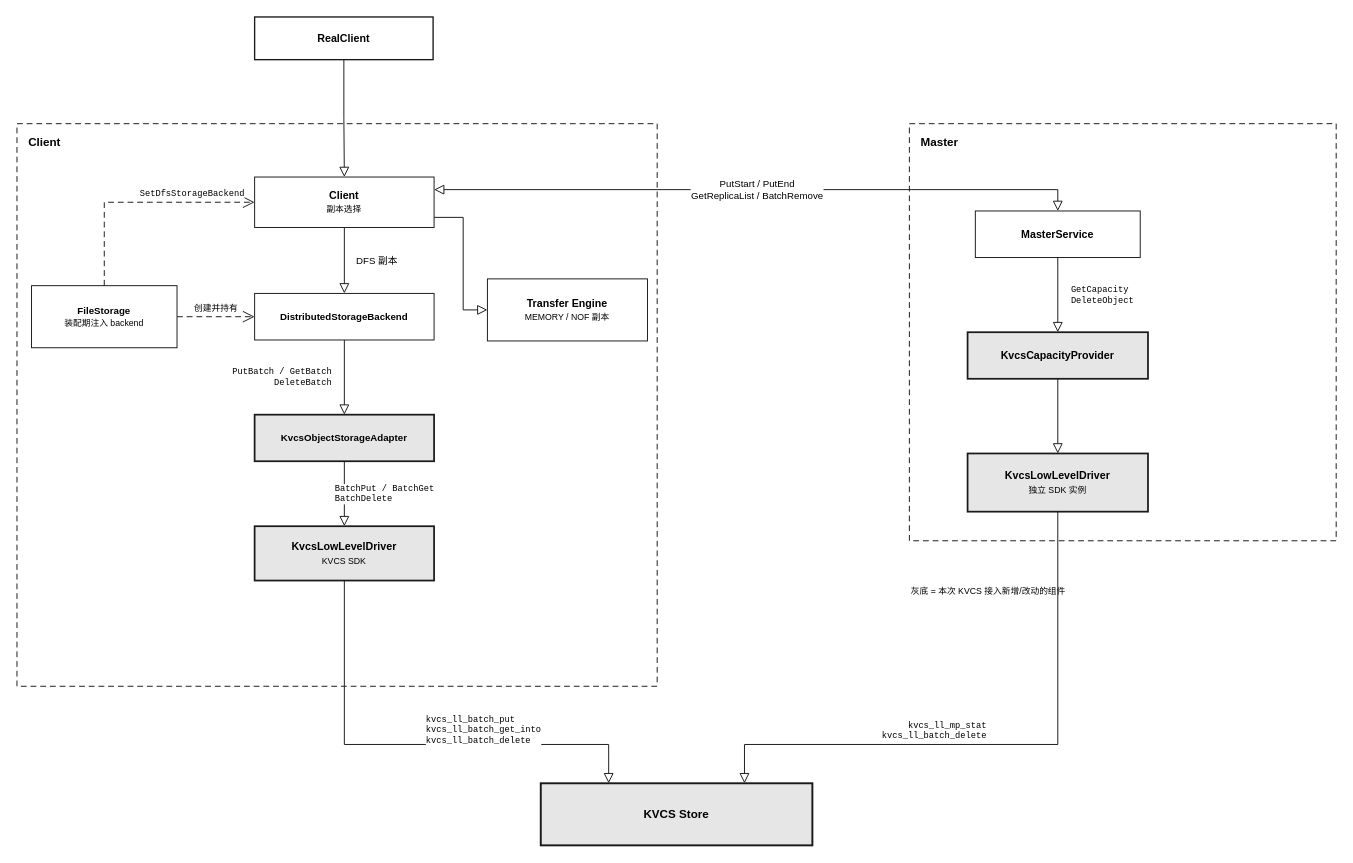
Before: kvcs-system-position.drawio in zwj20000328-dotcom/Mooncake-documents, a draw.io diagram. Source tidied: cells renumbered, new cells numbered last; positions are measured from the earlier drawing's top-left corner, leaving out a move shared by most shapes. Both pictures are drawn from the tidied source at 97%, with x=0, y=0 at pixel (16, 16).
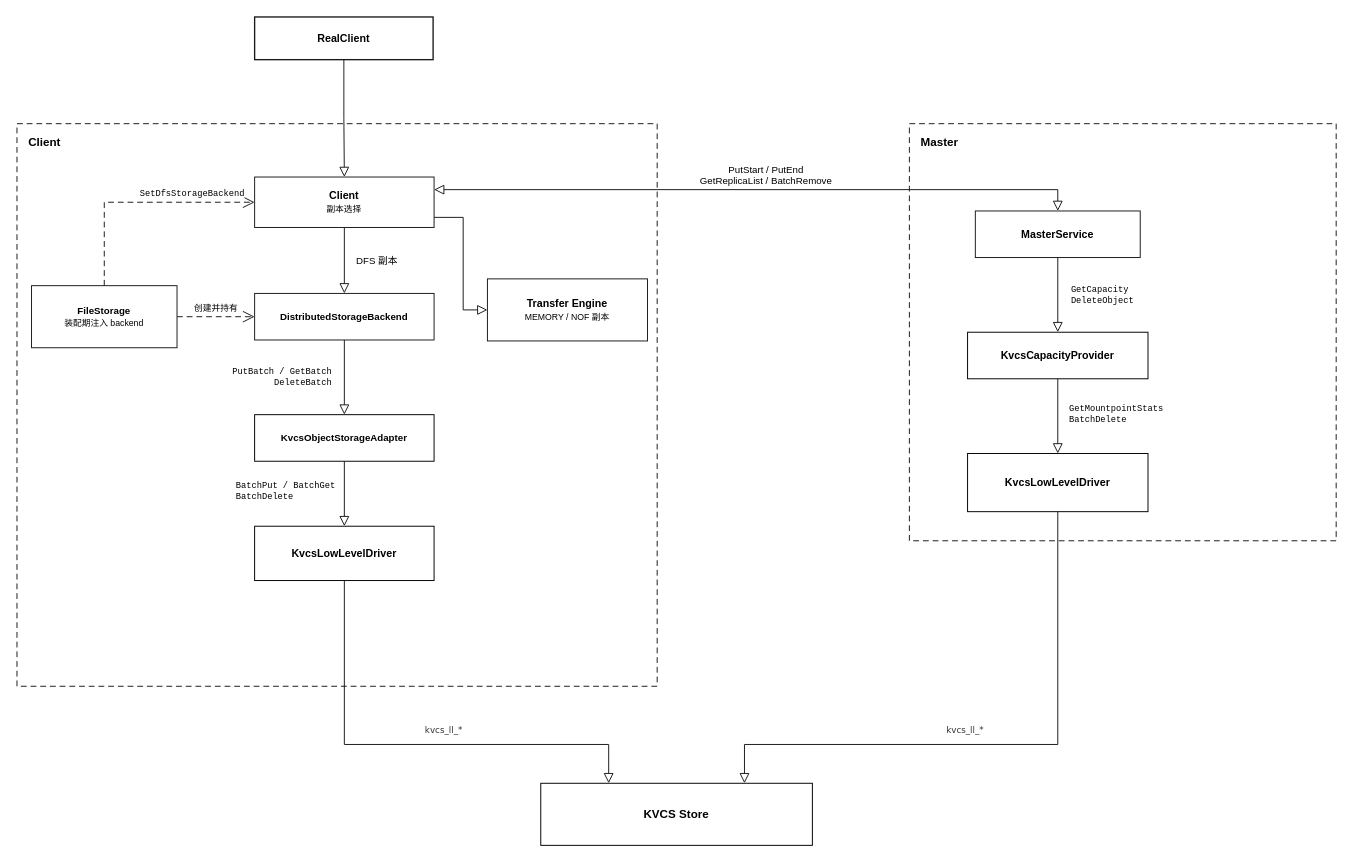
Above is the later version.

Unchanged cells that the change refers to:
```xml
<mxCell id="2" value="Client" style="rounded=0;whiteSpace=wrap;html=1;fillColor=none;strokeColor=#1A1A1A;strokeWidth=1;dashed=1;dashPattern=6 4;verticalAlign=top;align=left;spacingLeft=10;spacingTop=6;fontFamily=Helvetica;fontSize=12;fontStyle=1;fontColor=#000000;shadow=0;" parent="1" vertex="1">
  <mxGeometry y="110" width="660" height="580" as="geometry" />
</mxCell>
<mxCell id="3" value="&lt;b&gt;Client&lt;/b&gt;&lt;br&gt;&lt;font style=&quot;font-size:9px&quot;&gt;副本选择&lt;/font&gt;" style="rounded=0;whiteSpace=wrap;html=1;fillColor=#FFFFFF;strokeColor=#1A1A1A;strokeWidth=1;fontFamily=Helvetica;fontSize=11;fontColor=#000000;shadow=0;" parent="2" vertex="1">
  <mxGeometry x="245" y="55" width="185" height="52" as="geometry" />
</mxCell>
<mxCell id="9" value="Master" style="rounded=0;whiteSpace=wrap;html=1;fillColor=none;strokeColor=#1A1A1A;strokeWidth=1;dashed=1;dashPattern=6 4;verticalAlign=top;align=left;spacingLeft=10;spacingTop=6;fontFamily=Helvetica;fontSize=12;fontStyle=1;fontColor=#000000;shadow=0;" parent="1" vertex="1">
  <mxGeometry x="920" y="110" width="440" height="430" as="geometry" />
</mxCell>
<mxCell id="10" value="&lt;b&gt;MasterService&lt;/b&gt;" style="rounded=0;whiteSpace=wrap;html=1;fillColor=#FFFFFF;strokeColor=#1A1A1A;strokeWidth=1;fontFamily=Helvetica;fontSize=11;fontColor=#000000;shadow=0;" parent="9" vertex="1">
  <mxGeometry x="68" y="90" width="170" height="48" as="geometry" />
</mxCell>
```

The edit, as a diff of the source:
```diff
@@
-    <mxCell id="7" value="&lt;b&gt;KvcsObjectStorageAdapter&lt;/b&gt;" style="rounded=0;whiteSpace=wrap;html=1;fillColor=#E6E6E6;strokeColor=#1A1A1A;strokeWidth=1.8;fontFamily=Helvetica;fontSize=10;fontColor=#000000;shadow=0;" parent="2" vertex="1">
+    <mxCell id="7" value="&lt;b&gt;KvcsObjectStorageAdapter&lt;/b&gt;" style="rounded=0;whiteSpace=wrap;html=1;strokeWidth=1;fontFamily=Helvetica;fontSize=10;shadow=0;" parent="2" vertex="1">
       <mxGeometry x="245" y="300" width="185" height="48" as="geometry" />
     </mxCell>
-    <mxCell id="8" value="&lt;b&gt;KvcsLowLevelDriver&lt;/b&gt;&lt;br&gt;&lt;font style=&quot;font-size:9px&quot;&gt;KVCS SDK&lt;/font&gt;" style="rounded=0;whiteSpace=wrap;html=1;fillColor=#E6E6E6;strokeColor=#1A1A1A;strokeWidth=1.8;fontFamily=Helvetica;fontSize=11;fontColor=#000000;shadow=0;" parent="2" vertex="1">
+    <mxCell id="8" value="&lt;b&gt;KvcsLowLevelDriver&lt;/b&gt;" style="rounded=0;whiteSpace=wrap;html=1;strokeWidth=1;fontFamily=Helvetica;fontSize=11;shadow=0;" parent="2" vertex="1">
       <mxGeometry x="245" y="415" width="185" height="56" as="geometry" />
     </mxCell>
@@
-    <mxCell id="11" value="&lt;b&gt;KvcsCapacityProvider&lt;/b&gt;" style="rounded=0;whiteSpace=wrap;html=1;fillColor=#E6E6E6;strokeColor=#1A1A1A;strokeWidth=1.8;fontFamily=Helvetica;fontSize=11;fontColor=#000000;shadow=0;" parent="9" vertex="1">
+    <mxCell id="11" value="&lt;b&gt;KvcsCapacityProvider&lt;/b&gt;" style="rounded=0;whiteSpace=wrap;html=1;strokeWidth=1;fontFamily=Helvetica;fontSize=11;shadow=0;" parent="9" vertex="1">
       <mxGeometry x="60" y="215" width="186" height="48" as="geometry" />
     </mxCell>
-    <mxCell id="12" value="&lt;b&gt;KvcsLowLevelDriver&lt;/b&gt;&lt;br&gt;&lt;font style=&quot;font-size:9px&quot;&gt;独立 SDK 实例&lt;/font&gt;" style="rounded=0;whiteSpace=wrap;html=1;fillColor=#E6E6E6;strokeColor=#1A1A1A;strokeWidth=1.8;fontFamily=Helvetica;fontSize=11;fontColor=#000000;shadow=0;" parent="9" vertex="1">
+    <mxCell id="12" value="&lt;b&gt;KvcsLowLevelDriver&lt;/b&gt;" style="rounded=0;whiteSpace=wrap;html=1;strokeWidth=1;fontFamily=Helvetica;fontSize=11;shadow=0;" parent="9" vertex="1">
       <mxGeometry x="60" y="340" width="186" height="60" as="geometry" />
     </mxCell>
@@
-    <mxCell id="14" value="&lt;b&gt;KVCS Store&lt;/b&gt;" style="rounded=0;whiteSpace=wrap;html=1;fillColor=#E6E6E6;strokeColor=#1A1A1A;strokeWidth=2;fontFamily=Helvetica;fontSize=12;fontColor=#000000;shadow=0;" parent="1" vertex="1">
+    <mxCell id="14" value="&lt;b&gt;KVCS Store&lt;/b&gt;" style="rounded=0;whiteSpace=wrap;html=1;strokeWidth=1;fontFamily=Helvetica;fontSize=12;shadow=0;" parent="1" vertex="1">
       <mxGeometry x="540" y="790" width="280" height="64" as="geometry" />
     </mxCell>
-    <mxCell id="15" value="&lt;font style=&quot;font-size:9px&quot;&gt;灰底 = 本次 KVCS 接入新增/改动的组件&lt;/font&gt;" style="text;html=1;align=left;verticalAlign=middle;fontFamily=Helvetica;fontSize=9;fontColor=#000000;strokeColor=none;fillColor=none;" parent="1" vertex="1">
-      <mxGeometry x="920" y="580" width="300" height="24" as="geometry" />
-    </mxCell>
@@
     <mxCell id="22" value="BatchPut / BatchGet&lt;br&gt;BatchDelete" style="edgeStyle=orthogonalEdgeStyle;rounded=0;html=1;strokeColor=#1A1A1A;strokeWidth=1;endArrow=block;endFill=0;endSize=8;exitX=0.5;exitY=1;exitDx=0;exitDy=0;entryX=0.5;entryY=0;entryDx=0;entryDy=0;align=left;fontFamily=Courier New;fontSize=9;fontColor=#000000;labelBackgroundColor=#FFFFFF;" parent="1" edge="1" source="7" target="8">
-      <mxGeometry relative="1" as="geometry">
-        <mxPoint x="-12" as="offset" />
-      </mxGeometry>
+      <mxGeometry x="-0.07" y="-114" relative="1" as="geometry" />
     </mxCell>
     <mxCell id="23" value="PutStart / PutEnd&lt;br&gt;GetReplicaList / BatchRemove" style="edgeStyle=orthogonalEdgeStyle;rounded=0;html=1;strokeColor=#1A1A1A;strokeWidth=1;startArrow=block;startFill=0;startSize=8;endArrow=block;endFill=0;endSize=8;exitX=1;exitY=0.25;exitDx=0;exitDy=0;entryX=0.5;entryY=0;entryDx=0;entryDy=0;align=center;fontFamily=Helvetica;fontSize=10;fontColor=#000000;labelBackgroundColor=#FFFFFF;" parent="1" edge="1" source="3" target="10">
-      <mxGeometry relative="1" as="geometry">
+      <mxGeometry x="0.03" y="15" relative="1" as="geometry">
         <Array as="points">
           <mxPoint x="1073" y="178" />
         </Array>
       </mxGeometry>
     </mxCell>
@@
-    <mxCell id="25" style="edgeStyle=orthogonalEdgeStyle;rounded=0;html=1;strokeColor=#1A1A1A;strokeWidth=1;endArrow=block;endFill=0;endSize=8;exitX=0.5;exitY=1;exitDx=0;exitDy=0;entryX=0.5;entryY=0;entryDx=0;entryDy=0;fontFamily=Helvetica;fontSize=10;labelBackgroundColor=#FFFFFF;" parent="1" edge="1" source="11" target="12">
-      <mxGeometry relative="1" as="geometry" />
+    <mxCell id="25" value="GetMountpointStats&lt;br&gt;BatchDelete" style="edgeStyle=orthogonalEdgeStyle;rounded=0;html=1;strokeColor=#1A1A1A;strokeWidth=1;endArrow=block;endFill=0;endSize=8;exitX=0.5;exitY=1;exitDx=0;exitDy=0;entryX=0.5;entryY=0;entryDx=0;entryDy=0;align=left;fontFamily=Courier New;fontSize=9;fontColor=#000000;labelBackgroundColor=#FFFFFF;" parent="1" edge="1" source="11" target="12">
+      <mxGeometry x="-0.04" y="10" relative="1" as="geometry" />
     </mxCell>
-    <mxCell id="26" value="kvcs_ll_batch_put&lt;br&gt;kvcs_ll_batch_get_into&lt;br&gt;kvcs_ll_batch_delete" style="edgeStyle=orthogonalEdgeStyle;rounded=0;html=1;strokeColor=#1A1A1A;strokeWidth=1;endArrow=block;endFill=0;endSize=8;exitX=0.5;exitY=1;exitDx=0;exitDy=0;entryX=0.25;entryY=0;entryDx=0;entryDy=0;align=left;fontFamily=Courier New;fontSize=9;fontColor=#000000;labelBackgroundColor=#FFFFFF;" parent="1" edge="1" source="8" target="14">
-      <mxGeometry relative="1" as="geometry">
+    <mxCell id="26" value="&lt;span style=&quot;color: rgb(51, 51, 51); font-family: &amp;quot;trebuchet ms&amp;quot;, verdana, arial, sans-serif; text-align: center; background-color: rgb(255, 255, 255);&quot;&gt;&lt;font&gt;kvcs_ll_*&amp;nbsp;&lt;/font&gt;&lt;/span&gt;" style="edgeStyle=orthogonalEdgeStyle;rounded=0;html=1;strokeColor=#1A1A1A;strokeWidth=1;endArrow=block;endFill=0;endSize=8;exitX=0.5;exitY=1;exitDx=0;exitDy=0;entryX=0.25;entryY=0;entryDx=0;entryDy=0;align=left;fontFamily=Helvetica;fontSize=9;fontColor=#000000;labelBackgroundColor=#FFFFFF;" parent="1" edge="1" source="8" target="14">
+      <mxGeometry x="0.04" y="14" relative="1" as="geometry">
         <Array as="points">
           <mxPoint x="337" y="750" />
           <mxPoint x="610" y="750" />
         </Array>
-        <mxPoint x="10" y="-14" as="offset" />
       </mxGeometry>
     </mxCell>
-    <mxCell id="27" value="kvcs_ll_mp_stat&lt;br&gt;kvcs_ll_batch_delete" style="edgeStyle=orthogonalEdgeStyle;rounded=0;html=1;strokeColor=#1A1A1A;strokeWidth=1;endArrow=block;endFill=0;endSize=8;exitX=0.5;exitY=1;exitDx=0;exitDy=0;entryX=0.75;entryY=0;entryDx=0;entryDy=0;align=right;fontFamily=Courier New;fontSize=9;fontColor=#000000;labelBackgroundColor=#FFFFFF;" parent="1" edge="1" source="12" target="14">
+    <mxCell id="27" value="&lt;span style=&quot;color: rgb(51, 51, 51); font-family: &amp;quot;trebuchet ms&amp;quot;, verdana, arial, sans-serif; text-align: center; background-color: rgb(255, 255, 255);&quot;&gt;&lt;font&gt;kvcs_ll_*&amp;nbsp;&lt;/font&gt;&lt;/span&gt;" style="edgeStyle=orthogonalEdgeStyle;rounded=0;html=1;strokeColor=#1A1A1A;strokeWidth=1;endArrow=block;endFill=0;endSize=8;exitX=0.5;exitY=1;exitDx=0;exitDy=0;entryX=0.75;entryY=0;entryDx=0;entryDy=0;align=right;fontFamily=Helvetica;fontSize=9;fontColor=#000000;labelBackgroundColor=#FFFFFF;" parent="1" edge="1" source="12" target="14">
       <mxGeometry relative="1" as="geometry">
         <Array as="points">
           <mxPoint x="1073" y="750" />
           <mxPoint x="750" y="750" />
         </Array>
         <mxPoint x="-10" y="-14" as="offset" />
       </mxGeometry>
     </mxCell>
```
